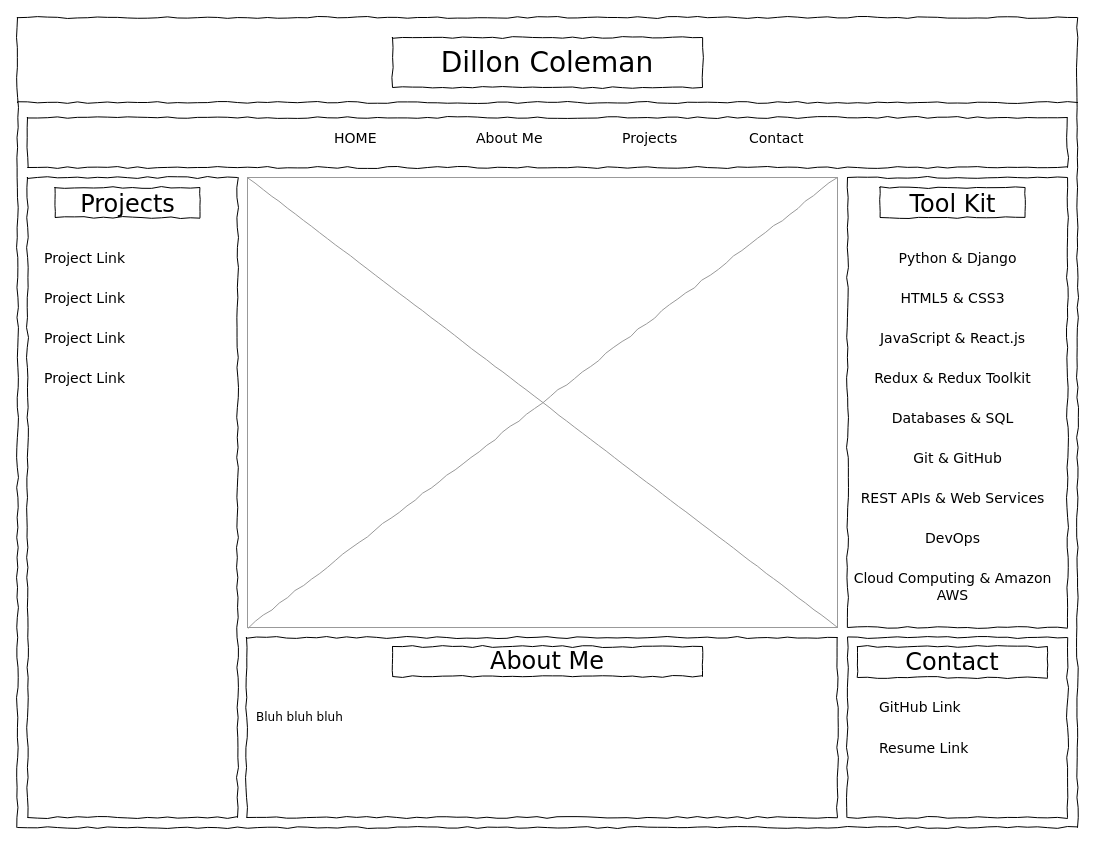
This is wireframePortfolio.drawio from coleman399/HTML_Portfolio_REPO, a draw.io file, before an edit. Source tidied: cells renumbered, new cells numbered last; positions are measured from the earlier drawing's top-left corner, leaving out a move shared by most shapes. Both pictures are drawn from the tidied source at 100%, with x=0, y=0 at pixel (17, 17).
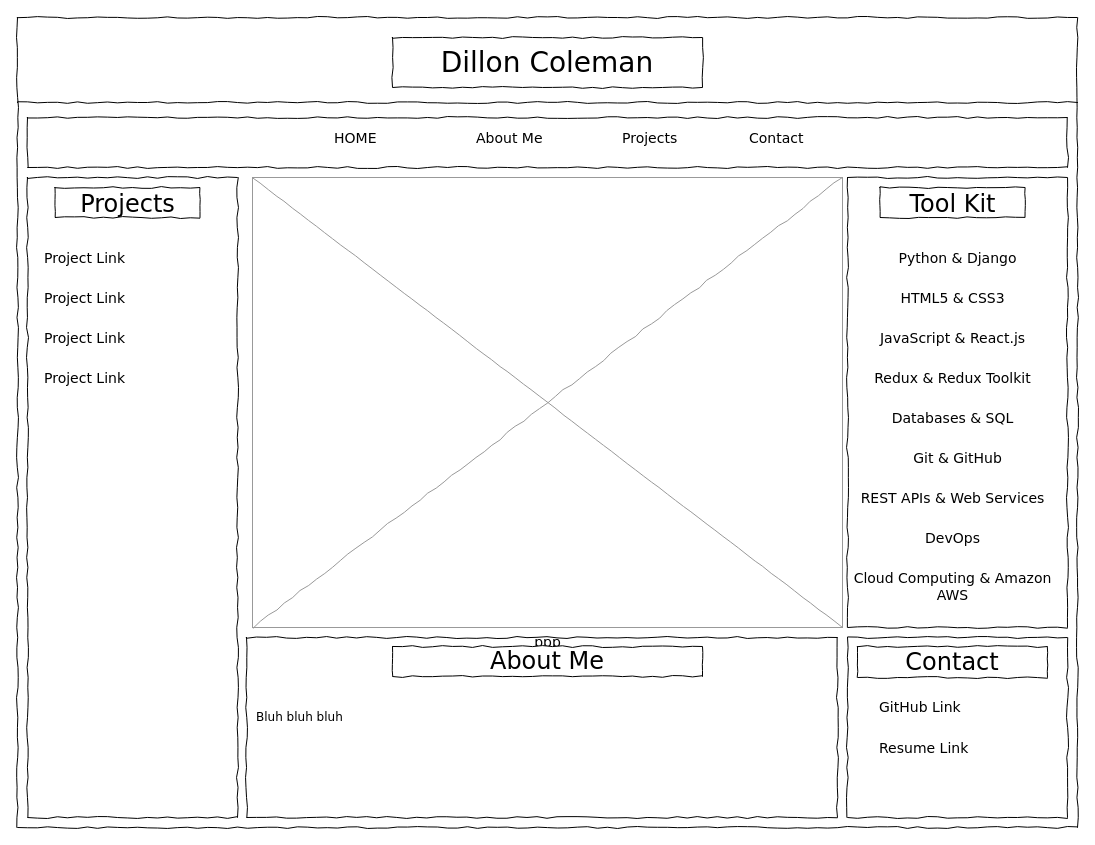
The same diagram, later.

Commit message (it also covers changes not shown here):
fixed minior discrepancy

Change to the diagram source:
```diff
@@
-    <mxCell id="12" style="verticalLabelPosition=bottom;shadow=0;dashed=0;align=center;html=1;verticalAlign=top;strokeWidth=1;shape=mxgraph.mockup.graphics.simpleIcon;strokeColor=#999999;rounded=0;labelBackgroundColor=none;fontFamily=Verdana;fontSize=14;fontColor=#000000;comic=1;" parent="1" vertex="1">
-      <mxGeometry x="230" y="160" width="590" height="450" as="geometry" />
+    <mxCell id="12" value="ppp" style="verticalLabelPosition=bottom;shadow=0;dashed=0;align=center;html=1;verticalAlign=top;strokeWidth=1;shape=mxgraph.mockup.graphics.simpleIcon;strokeColor=#999999;rounded=0;labelBackgroundColor=none;fontFamily=Verdana;fontSize=14;fontColor=#000000;comic=1;" parent="1" vertex="1">
+      <mxGeometry x="235" y="160" width="590" height="450" as="geometry" />
     </mxCell>
```
